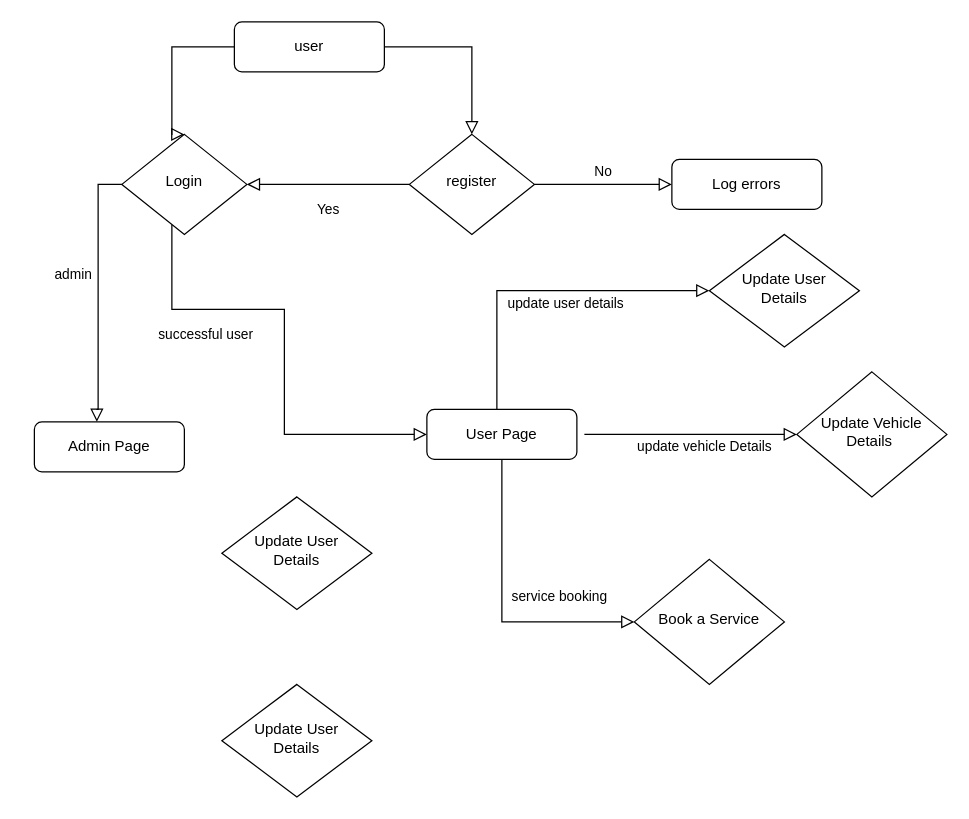
The draw.io diagram bikeserviceflowchart.drawio in rangainlive/bike-service, before the edit. Source tidied: cells renumbered, new cells numbered last; positions are measured from the earlier drawing's top-left corner, leaving out a move shared by most shapes. Both pictures are drawn from the tidied source at 125%, with x=0, y=0 at pixel (34, 21).
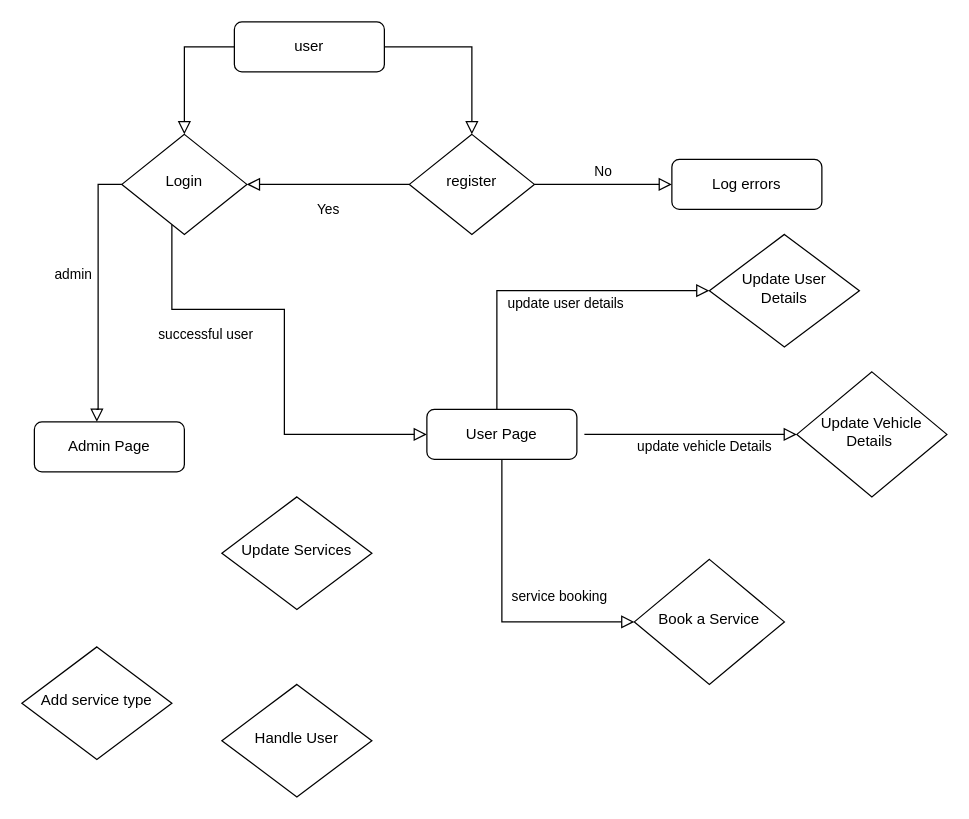
The same diagram, later.

The change refers to these unchanged cells:
```xml
<mxCell id="3" value="user" style="rounded=1;whiteSpace=wrap;html=1;fontSize=12;glass=0;strokeWidth=1;shadow=0;" parent="1" vertex="1">
  <mxGeometry x="160" width="120" height="40" as="geometry" />
</mxCell>
<mxCell id="9" value="Login" style="rhombus;whiteSpace=wrap;html=1;shadow=0;fontFamily=Helvetica;fontSize=12;align=center;strokeWidth=1;spacing=6;spacingTop=-4;" parent="1" vertex="1">
  <mxGeometry x="70" y="90" width="100" height="80" as="geometry" />
</mxCell>
```

The edit, as a diff of the source:
```diff
@@
     <mxCell id="12" style="rounded=0;html=1;jettySize=auto;fontSize=11;endArrow=block;endFill=0;endSize=8;strokeWidth=1;shadow=0;labelBackgroundColor=none;edgeStyle=orthogonalEdgeStyle;exitX=0;exitY=0.5;exitDx=0;exitDy=0;entryX=0.5;entryY=0;entryDx=0;entryDy=0;" parent="1" edge="1" source="3" target="9">
       <mxGeometry relative="1" as="geometry">
         <Array as="points">
-          <mxPoint x="110" y="20" />
+          <mxPoint x="120" y="20" />
         </Array>
       </mxGeometry>
     </mxCell>
@@
-    <mxCell id="20" value="Update User&lt;br&gt;Details" style="rhombus;whiteSpace=wrap;html=1;shadow=0;fontFamily=Helvetica;fontSize=12;align=center;strokeWidth=1;spacing=6;spacingTop=-4;" parent="1" vertex="1">
+    <mxCell id="20" value="Update Services" style="rhombus;whiteSpace=wrap;html=1;shadow=0;fontFamily=Helvetica;fontSize=12;align=center;strokeWidth=1;spacing=6;spacingTop=-4;" parent="1" vertex="1">
       <mxGeometry x="150" y="380" width="120" height="90" as="geometry" />
     </mxCell>
-    <mxCell id="21" value="Update User&lt;br&gt;Details" style="rhombus;whiteSpace=wrap;html=1;shadow=0;fontFamily=Helvetica;fontSize=12;align=center;strokeWidth=1;spacing=6;spacingTop=-4;" parent="1" vertex="1">
+    <mxCell id="21" value="Handle User" style="rhombus;whiteSpace=wrap;html=1;shadow=0;fontFamily=Helvetica;fontSize=12;align=center;strokeWidth=1;spacing=6;spacingTop=-4;" parent="1" vertex="1">
       <mxGeometry x="150" y="530" width="120" height="90" as="geometry" />
     </mxCell>
+    <mxCell id="22" value="Add service type" style="rhombus;whiteSpace=wrap;html=1;shadow=0;fontFamily=Helvetica;fontSize=12;align=center;strokeWidth=1;spacing=6;spacingTop=-4;" parent="1" vertex="1">
+      <mxGeometry x="-10" y="500" width="120" height="90" as="geometry" />
+    </mxCell>
```
